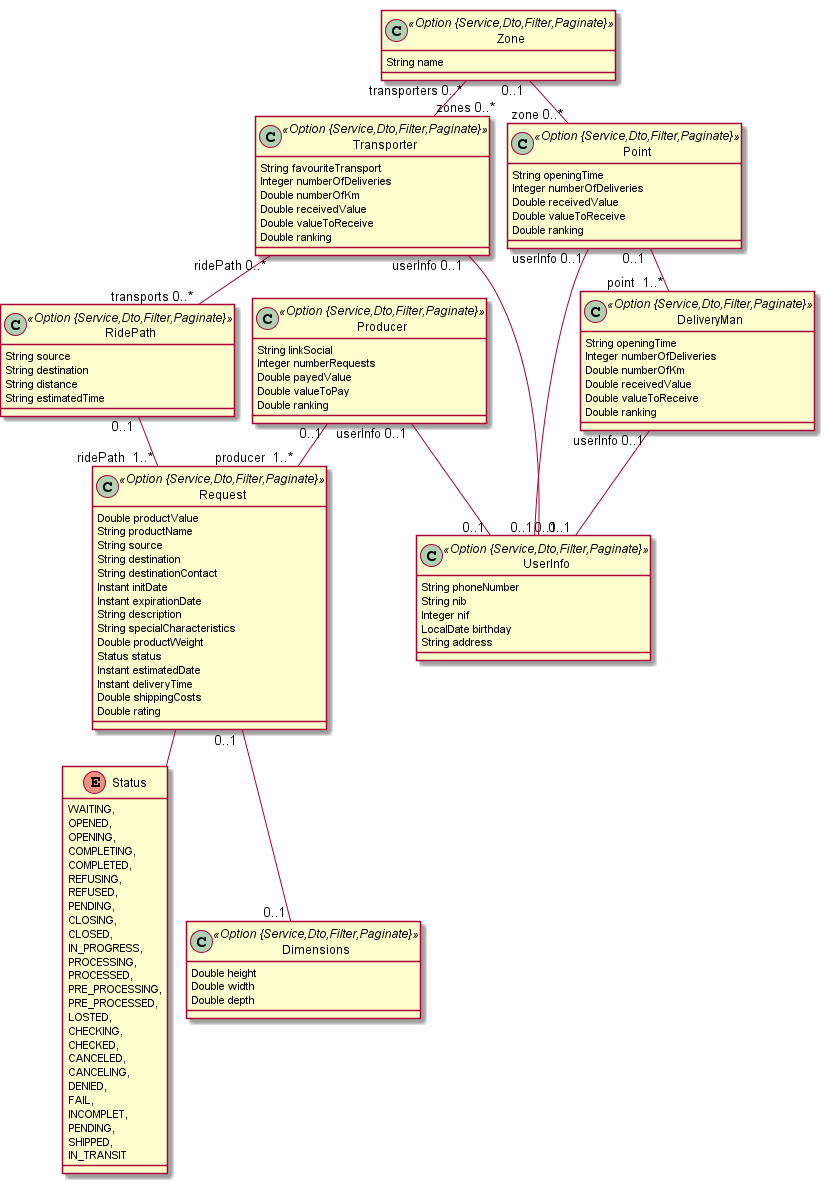
The PlantUML diagram LEBApp_Server/dataSchema.png in MoscaLCC/LEBApp, before a commit.
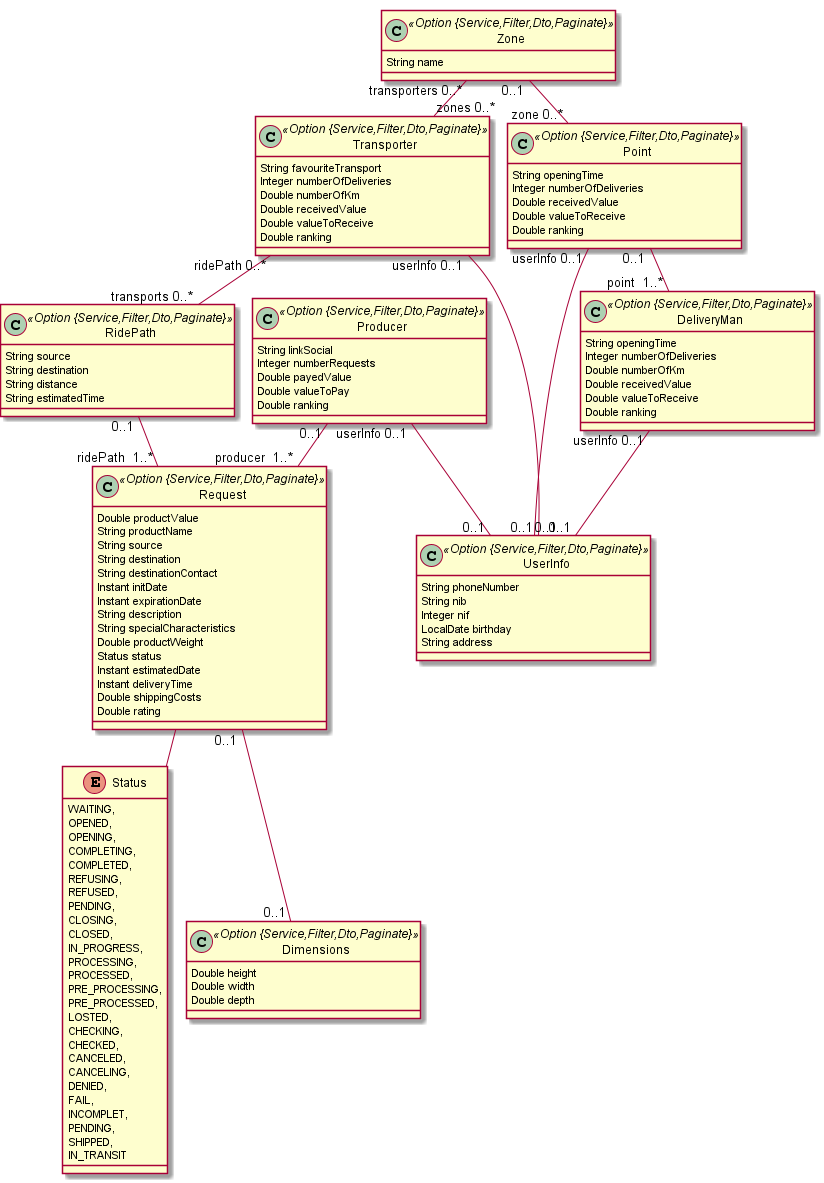
The same diagram one commit later.

What changed in the source:
```diff
@@ -1,21 +1,21 @@
 @startuml
 	!pragma graphviz_dot jdot
 	!pragma syntax class
-	class Producer <<Option {Service,Dto,Filter,Paginate}>> {
+	class Producer <<Option {Service,Filter,Dto,Paginate}>> {
 		String linkSocial
 		Integer numberRequests
 		Double payedValue
 		Double valueToPay
 		Double ranking
 	}
-	class UserInfo <<Option {Service,Dto,Filter,Paginate}>> {
+	class UserInfo <<Option {Service,Filter,Dto,Paginate}>> {
 		String phoneNumber
 		String nib
 		Integer nif
 		LocalDate birthday
 		String address
 	}
-	class Request <<Option {Service,Dto,Filter,Paginate}>> {
+	class Request <<Option {Service,Filter,Dto,Paginate}>> {
 		Double productValue
 		String productName
 		String source
@@ -61,13 +61,13 @@
 		SHIPPED,
 		IN_TRANSIT
 	}
-	class RidePath <<Option {Service,Dto,Filter,Paginate}>> {
+	class RidePath <<Option {Service,Filter,Dto,Paginate}>> {
 		String source
 		String destination
 		String distance
 		String estimatedTime
 	}
-	class DeliveryMan <<Option {Service,Dto,Filter,Paginate}>> {
+	class DeliveryMan <<Option {Service,Filter,Dto,Paginate}>> {
 		String openingTime
 		Integer numberOfDeliveries
 		Double numberOfKm
@@ -75,7 +75,7 @@
 		Double valueToReceive
 		Double ranking
 	}
-	class Transporter <<Option {Service,Dto,Filter,Paginate}>> {
+	class Transporter <<Option {Service,Filter,Dto,Paginate}>> {
 		String favouriteTransport
 		Integer numberOfDeliveries
 		Double numberOfKm
@@ -83,19 +83,19 @@
 		Double valueToReceive
 		Double ranking
 	}
-	class Point <<Option {Service,Dto,Filter,Paginate}>> {
+	class Point <<Option {Service,Filter,Dto,Paginate}>> {
 		String openingTime
 		Integer numberOfDeliveries
 		Double receivedValue
 		Double valueToReceive
 		Double ranking
 	}
-	class Dimensions <<Option {Service,Dto,Filter,Paginate}>> {
+	class Dimensions <<Option {Service,Filter,Dto,Paginate}>> {
 		Double height
 		Double width
 		Double depth
 	}
-	class Zone <<Option {Service,Dto,Filter,Paginate}>> {
+	class Zone <<Option {Service,Filter,Dto,Paginate}>> {
 		String name
 	}
 	Point  "0..1 " --o "point  1..* "  DeliveryMan
```
